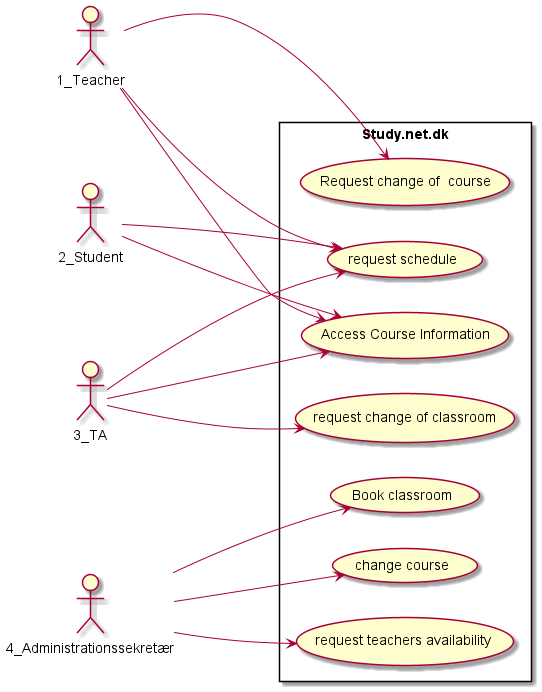
Earlier version of the PlantUML export Diagrams/Use case diagram.png (cille-pigen9/Systemudvikling-2022). Its diagram source:
```plantuml
@startuml
left to right direction
skinparam packageStyle rectangle
actor 1_Teacher
actor 2_Student
actor 4_Administrationssekretær
actor 3_TA
rectangle Study.net.dk {

    1_Teacher --> (Request change of  course)
    1_Teacher ---> (Access Course Information)
    1_Teacher ---> (request schedule)
    2_Student ---> (Access Course Information)
    2_Student ---> (request schedule)
    4_Administrationssekretær---> (Book classroom)
    4_Administrationssekretær ---> (change course)
    4_Administrationssekretær ---> (request teachers availability )
    3_TA ---> (request change of classroom)
    3_TA ---> (Access Course Information)
    3_TA ---> (request schedule)


}
@enduml
```
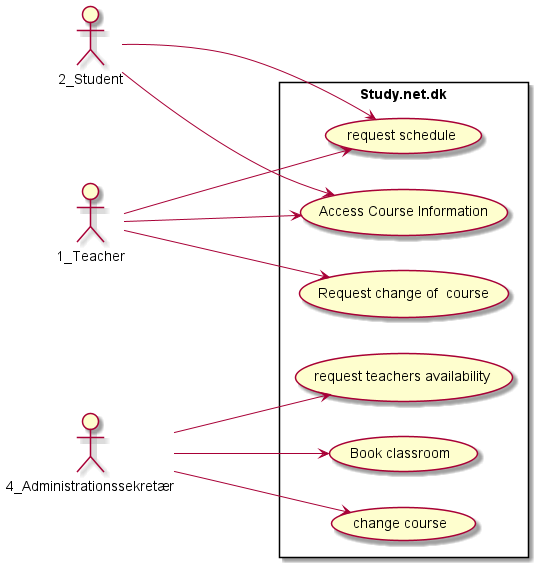
After the change.

What changed in the source:
```diff
@@ -4,7 +4,6 @@
 actor 1_Teacher
 actor 2_Student
 actor 4_Administrationssekretær
-actor 3_TA
 rectangle Study.net.dk {
 
     1_Teacher --> (Request change of  course)
@@ -15,9 +14,7 @@
     4_Administrationssekretær---> (Book classroom)
     4_Administrationssekretær ---> (change course)
     4_Administrationssekretær ---> (request teachers availability )
-    3_TA ---> (request change of classroom)
-    3_TA ---> (Access Course Information)
-    3_TA ---> (request schedule)
+
 
 
 }
```
